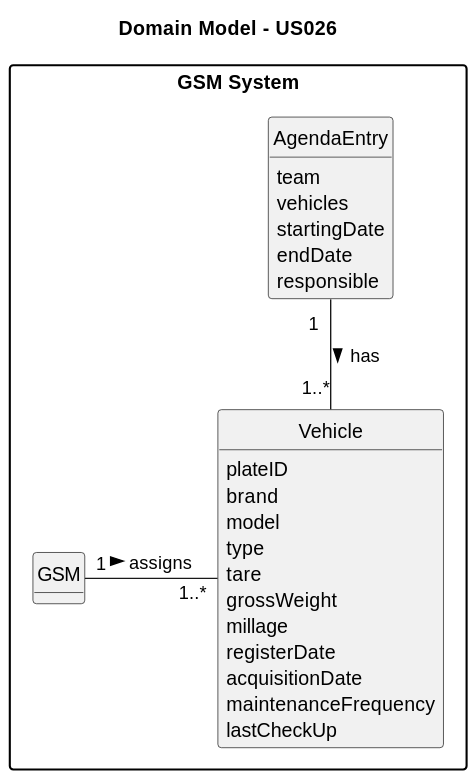
The PlantUML diagram docs/sprintC/us026/02.analysis/svg/us026-domain-model-Domain_Model___US026.svg in SAEmanuel/Green_Spaces_Management_ISEP, before a commit. The source it was exported from:
```plantuml
@startuml
skinparam monochrome true
skinparam packageStyle rectangle
skinparam shadowing false


title Domain Model - US026

hide circles
hide methods

package "GSM System" {



    class Vehicle {
        plateID
                 brand
                 model
                 type
                 tare
                 grossWeight
                 millage
                 registerDate
                 acquisitionDate
                 maintenanceFrequency
                 lastCheckUp
    }

    class AgendaEntry {
       team
       vehicles
       startingDate
       endDate
       responsible
    }

    class GSM {
       }

    GSM "1" - "1..*" Vehicle : assigns >
    AgendaEntry "1  " -- "1..*"  Vehicle  : has >
}
@enduml
```
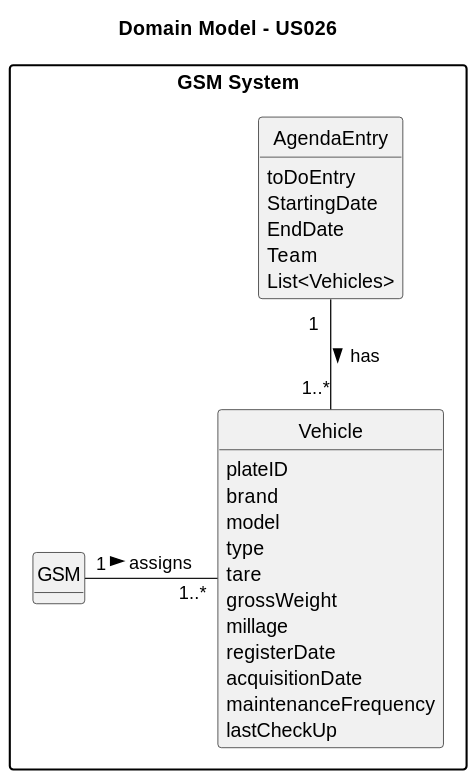
After the commit.

The edit, as a diff of the source:
```diff
@@ -28,11 +28,11 @@
     }
 
     class AgendaEntry {
-       team
-       vehicles
-       startingDate
-       endDate
-       responsible
+        toDoEntry
+        StartingDate
+        EndDate
+        Team
+        List<Vehicles>
     }
 
     class GSM {
```
